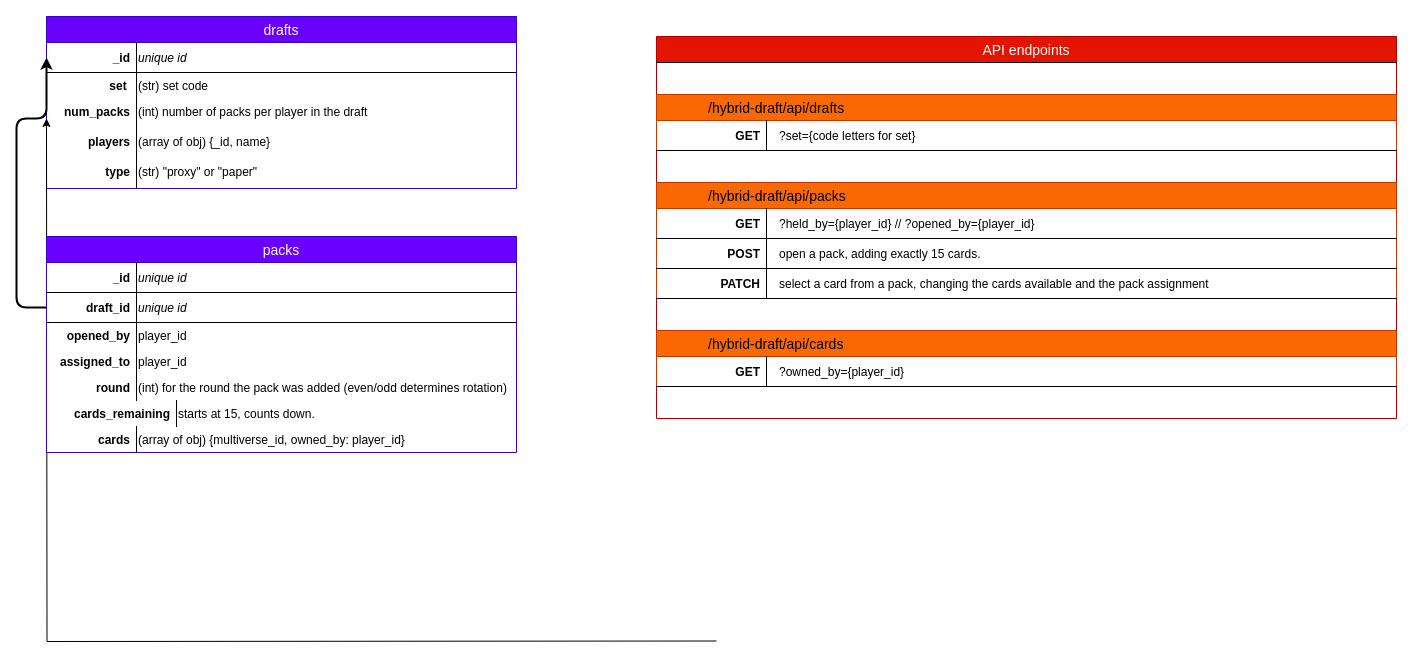
Above: data/flowchart.drawio in dougc89/mtg-hybrid-draft (draw.io), before the change. Source tidied: cells renumbered, new cells numbered last; positions are measured from the earlier drawing's top-left corner, leaving out a move shared by most shapes. Both pictures are drawn from the tidied source at 100%, with x=0, y=0 at pixel (16, 16).
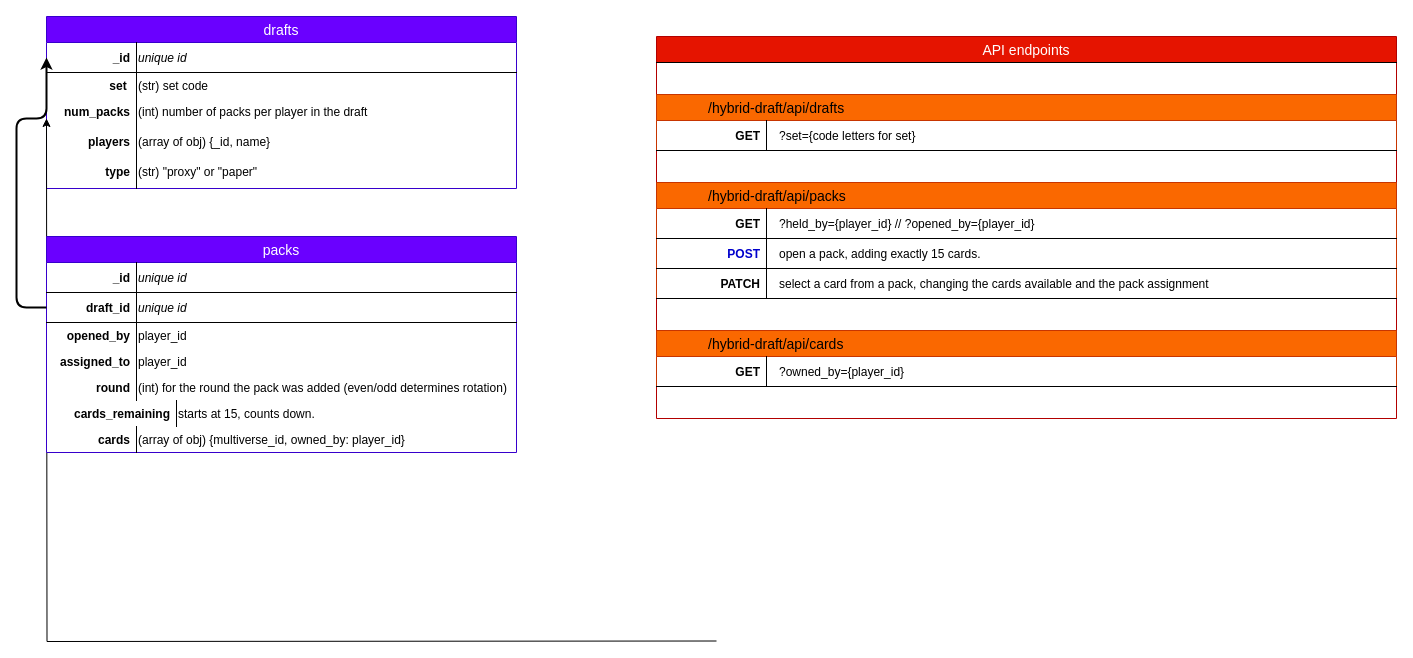
The same diagram, later.

The change refers to these unchanged cells:
```xml
<mxCell id="22" value="open a pack, adding exactly 15 cards." style="shape=partialRectangle;top=0;left=0;right=0;bottom=1;align=left;verticalAlign=middle;fillColor=none;spacingLeft=121;spacingRight=4;overflow=hidden;fontStyle=0;fontSize=12;fontColor=#000000;" parent="19" vertex="1">
  <mxGeometry y="56" width="740" height="30" as="geometry" />
</mxCell>
```

The edit, as a diff of the source:
```diff
@@
-    <mxCell id="23" value="POST" style="shape=partialRectangle;top=0;left=0;bottom=0;fillColor=none;align=right;verticalAlign=middle;spacingLeft=4;spacingRight=4;overflow=hidden;fontSize=12;fontColor=#000000;fontStyle=1;" parent="22" vertex="1">
+    <mxCell id="23" value="POST" style="shape=partialRectangle;top=0;left=0;bottom=0;fillColor=none;align=right;verticalAlign=middle;spacingLeft=4;spacingRight=4;overflow=hidden;fontSize=12;fontColor=#0000CC;fontStyle=1;" parent="22" vertex="1">
       <mxGeometry width="110" height="30" as="geometry" />
     </mxCell>
```
